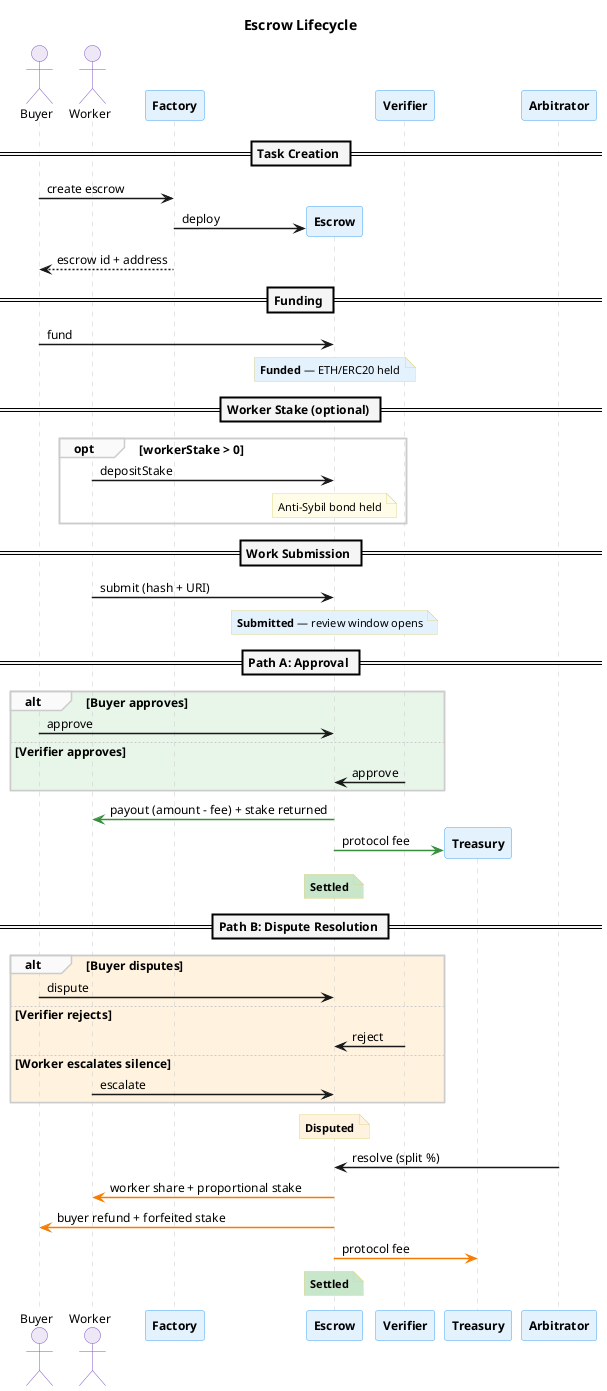
Above: docs/diagrams/lifecycle-sequence.png in eddiefleurent/agent-escrow (PlantUML), before the change. Source of this version:
```plantuml
@startuml lifecycle-sequence
skinparam backgroundColor #FFFFFF
skinparam defaultFontName "Helvetica"
skinparam defaultFontSize 12
skinparam shadowing false
skinparam sequenceArrowThickness 1.5
skinparam sequenceLifeLineBorderColor #CCCCCC
skinparam sequenceDividerBackgroundColor #F5F5F5
skinparam sequenceDividerFontStyle bold
skinparam sequenceGroupBackgroundColor #FAFAFA
skinparam sequenceGroupBorderColor #CCCCCC

skinparam participant {
  BorderColor #42A5F5
  BackgroundColor #E3F2FD
  FontStyle bold
}

skinparam actor {
  BorderColor #7E57C2
  BackgroundColor #EDE7F6
}

skinparam note {
  BackgroundColor #FFFDE7
  BorderColor #E0D68A
  FontSize 11
}

title Escrow Lifecycle

actor "Buyer" as buyer
actor "Worker" as worker
participant "Factory" as factory

== Task Creation ==

buyer -> factory : create escrow
factory -> "Escrow" as escrow ** : deploy
factory --> buyer : escrow id + address

== Funding ==

buyer -> escrow : fund
note over escrow #E3F2FD : **Funded** — ETH/ERC20 held

== Worker Stake (optional) ==

opt workerStake > 0
  worker -> escrow : depositStake
  note over escrow #FFFDE7 : Anti-Sybil bond held
end

== Work Submission ==

worker -> escrow : submit (hash + URI)
note over escrow #E3F2FD : **Submitted** — review window opens

== Path A: Approval ==

alt #E8F5E9 Buyer approves
  buyer -> escrow : approve
else #E8F5E9 Verifier approves
  "Verifier" as verifier -> escrow : approve
end

escrow -[#388E3C]> worker : payout (amount - fee) + stake returned
escrow -[#388E3C]> "Treasury" as treasury ** #E8F5E9 : protocol fee
note over escrow #C8E6C9 : **Settled**

== Path B: Dispute Resolution ==

alt #FFF3E0 Buyer disputes
  buyer -> escrow : dispute
else #FFF3E0 Verifier rejects
  verifier -> escrow : reject
else #FFF3E0 Worker escalates silence
  worker -> escrow : escalate
end

note over escrow #FFF3E0 : **Disputed**

"Arbitrator" as arbitrator -> escrow : resolve (split %)

escrow -[#F57C00]> worker : worker share + proportional stake
escrow -[#F57C00]> buyer : buyer refund + forfeited stake
escrow -[#F57C00]> treasury : protocol fee
note over escrow #C8E6C9 : **Settled**

@enduml
```
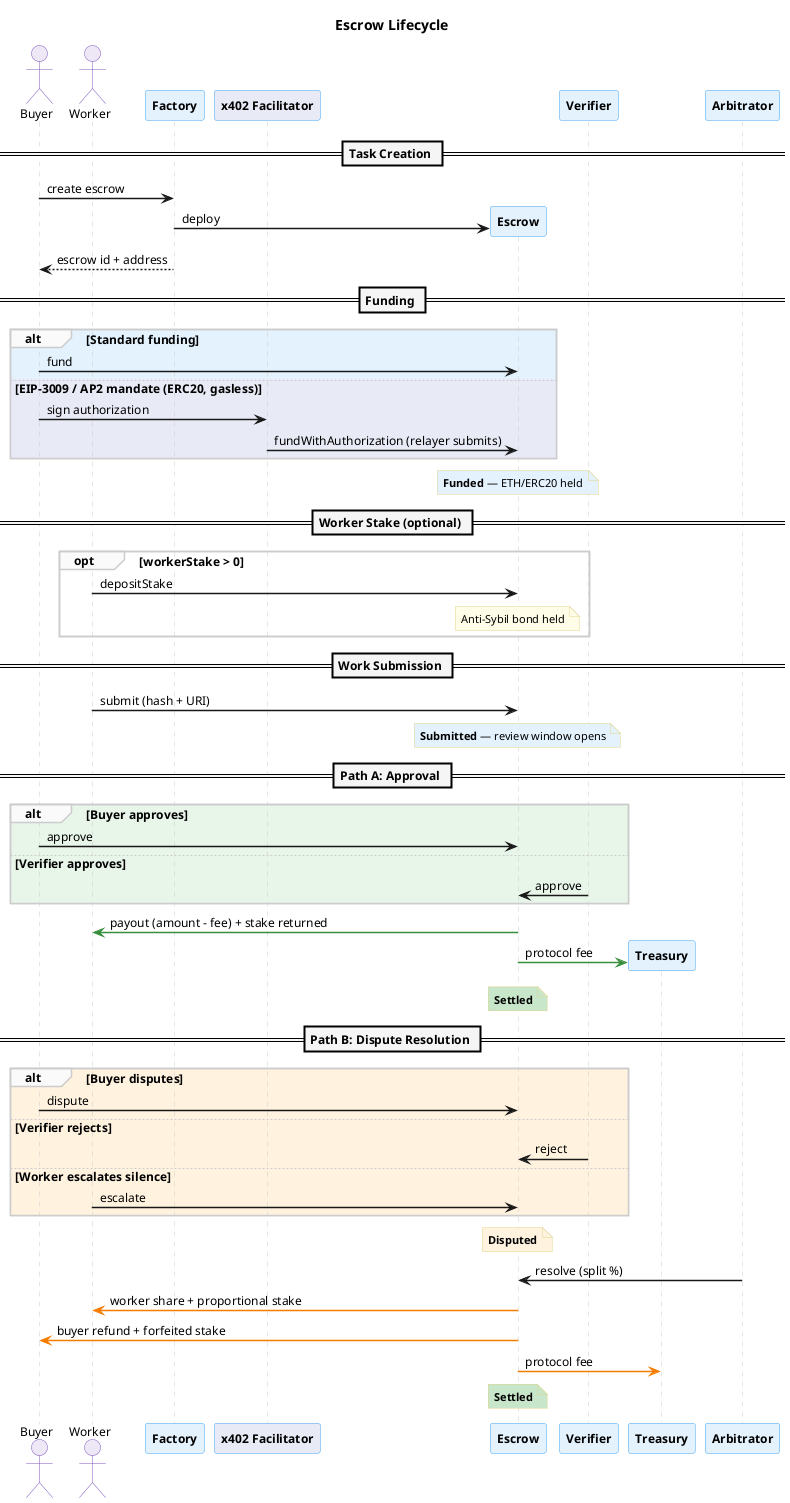
The same file after the commit.

The edit, as a diff of the source:
```diff
@@ -32,6 +32,7 @@
 actor "Buyer" as buyer
 actor "Worker" as worker
 participant "Factory" as factory
+participant "x402 Facilitator" as facilitator #E8EAF6
 
 == Task Creation ==
 
@@ -41,7 +42,12 @@
 
 == Funding ==
 
-buyer -> escrow : fund
+alt #E3F2FD Standard funding
+  buyer -> escrow : fund
+else #E8EAF6 EIP-3009 / AP2 mandate (ERC20, gasless)
+  buyer -> facilitator : sign authorization
+  facilitator -> escrow : fundWithAuthorization (relayer submits)
+end
 note over escrow #E3F2FD : **Funded** — ETH/ERC20 held
 
 == Worker Stake (optional) ==
```
